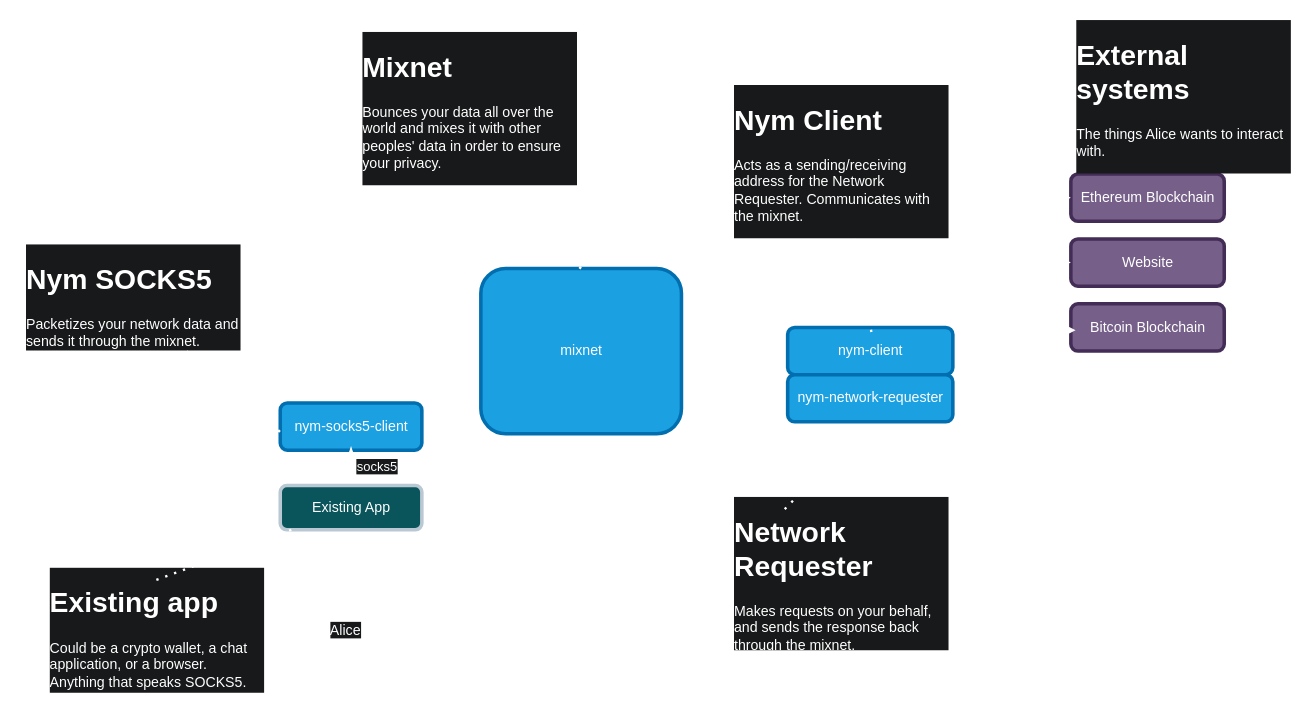
Above: static/drawio_files/nym-socks5-architecture-dark.drawio in sven-hash/docs (draw.io), before the change. Source tidied: cells renumbered, new cells numbered last; positions are measured from the earlier drawing's top-left corner, leaving out a move shared by most shapes. Both pictures are drawn from the tidied source at 118%, with x=0, y=0 at pixel (20, 32).
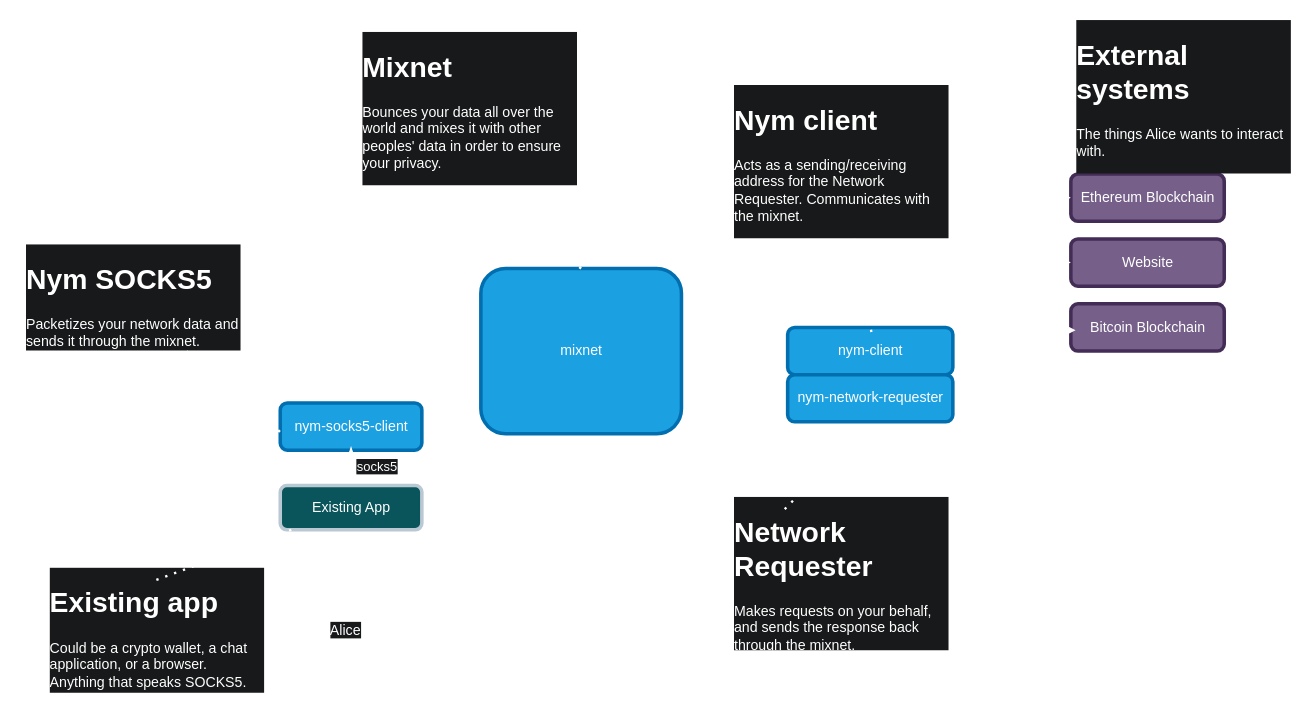
After the change.

Change to the diagram source:
```diff
@@
-    <mxCell id="23" value="&lt;h1&gt;Nym Client&lt;/h1&gt;&lt;p&gt;Acts as a sending/receiving address for the Network Requester. Communicates with the mixnet.&lt;/p&gt;" style="text;html=1;strokeColor=none;fillColor=none;spacing=5;spacingTop=-20;whiteSpace=wrap;overflow=hidden;rounded=0;labelBackgroundColor=#18191A;fontColor=#FFFFFF;" parent="1" vertex="1">
+    <mxCell id="23" value="&lt;h1&gt;Nym client&lt;/h1&gt;&lt;p&gt;Acts as a sending/receiving address for the Network Requester. Communicates with the mixnet.&lt;/p&gt;" style="text;html=1;strokeColor=none;fillColor=none;spacing=5;spacingTop=-20;whiteSpace=wrap;overflow=hidden;rounded=0;labelBackgroundColor=#18191A;fontColor=#FFFFFF;" parent="1" vertex="1">
       <mxGeometry x="600" y="55" width="190" height="120" as="geometry" />
     </mxCell>
```
